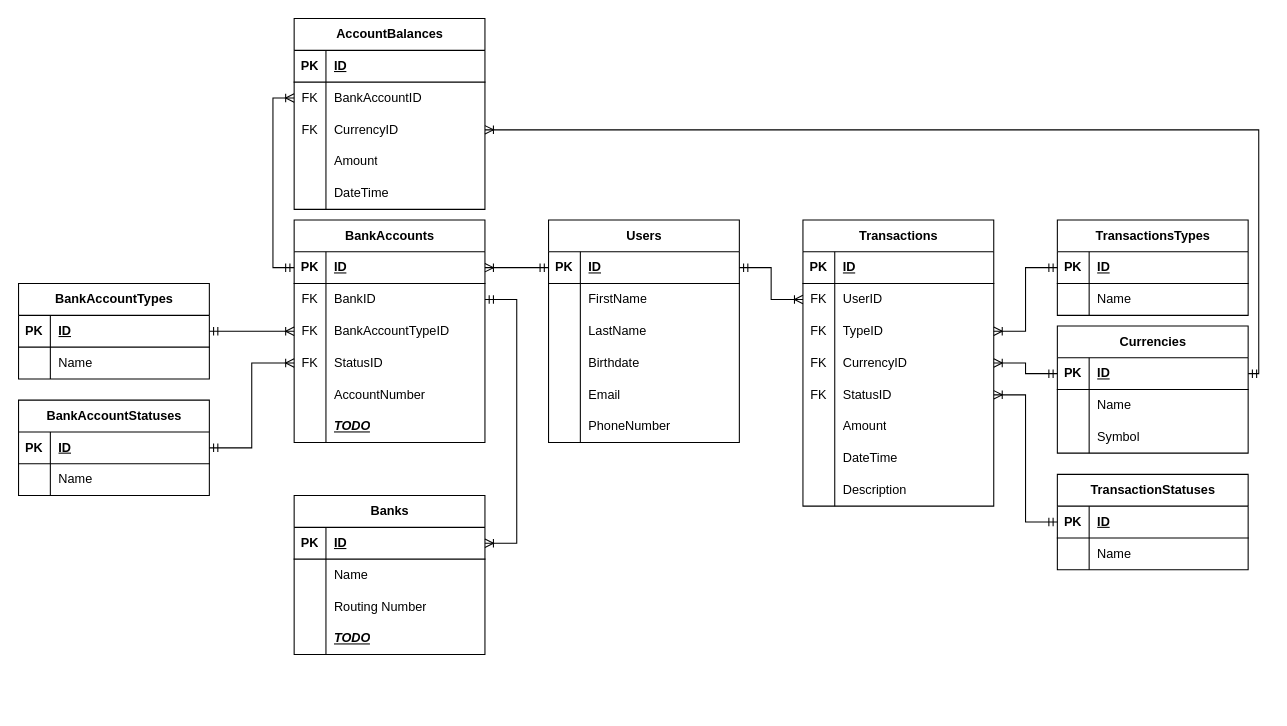
Before: DBDiagram.drawio in WomB0ComB0/hack-princeton-24, a draw.io diagram. Source tidied: cells renumbered, new cells numbered last; positions are measured from the earlier drawing's top-left corner, leaving out a move shared by most shapes. Both pictures are drawn from the tidied source at 106%, with x=0, y=0 at pixel (18, 18).
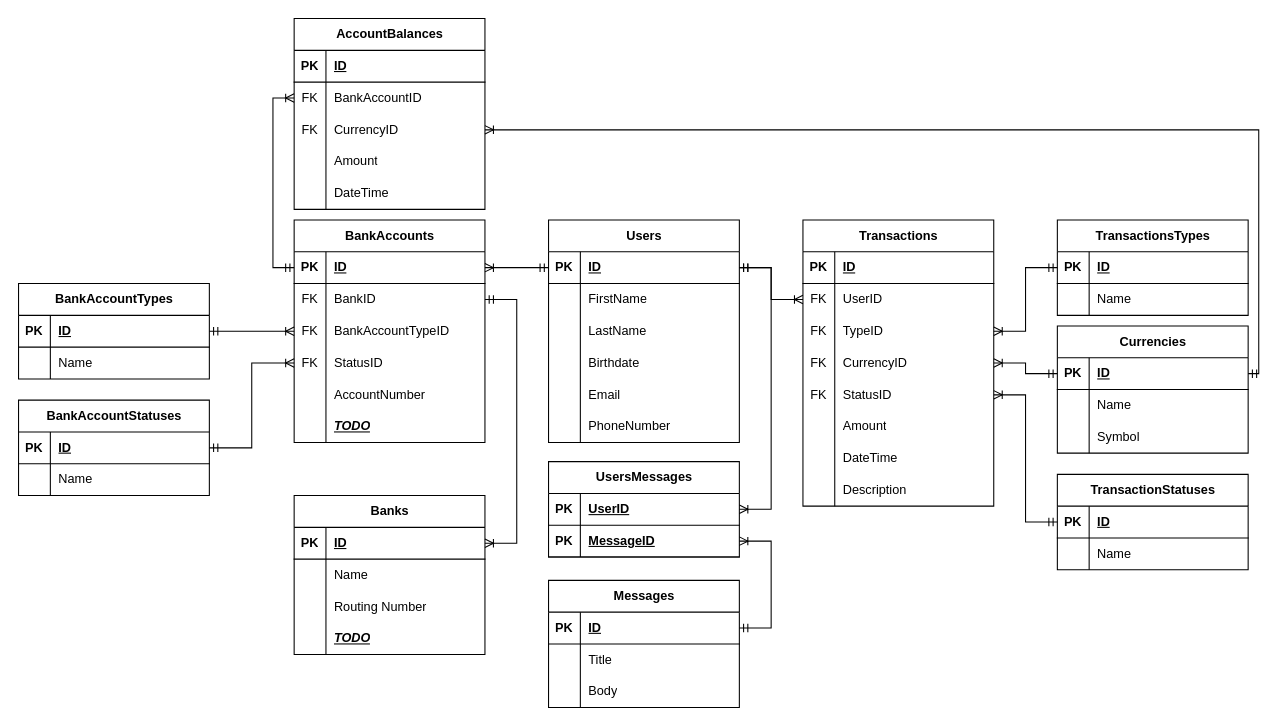
The same diagram, later.

Commit message:
Added Messages Table to DB Diagram

The change refers to these unchanged cells:
```xml
<mxCell id="28" style="shape=tableRow;horizontal=0;startSize=0;swimlaneHead=0;swimlaneBody=0;fillColor=none;points=[[0,0.5],[1,0.5]];portConstraint=eastwest;top=0;left=0;right=0;bottom=1;" parent="27" vertex="1">
  <mxGeometry y="30" width="180" height="30" as="geometry" />
</mxCell>
```

Change to the diagram source:
```diff
@@
+    <mxCell id="142" value="Messages" style="shape=table;startSize=30;childLayout=tableLayout;rowLines=0;fontStyle=1;align=center;html=1;" parent="1" vertex="1">
+      <mxGeometry x="500" y="530" width="180" height="120" as="geometry" />
+    </mxCell>
+    <mxCell id="143" style="shape=tableRow;horizontal=0;startSize=0;swimlaneHead=0;swimlaneBody=0;fillColor=none;points=[[0,0.5],[1,0.5]];portConstraint=eastwest;top=0;left=0;right=0;bottom=1;" parent="142" vertex="1">
+      <mxGeometry y="30" width="180" height="30" as="geometry" />
+    </mxCell>
+    <mxCell id="144" value="PK" style="shape=partialRectangle;fillColor=none;top=0;left=0;bottom=0;right=0;fontStyle=1;overflow=hidden;whiteSpace=wrap;html=1;" parent="143" vertex="1">
+      <mxGeometry width="30" height="30" as="geometry" />
+    </mxCell>
+    <mxCell id="145" value="ID" style="shape=partialRectangle;fillColor=none;top=0;left=0;bottom=0;right=0;align=left;spacingLeft=6;fontStyle=5;overflow=hidden;whiteSpace=wrap;html=1;" parent="143" vertex="1">
+      <mxGeometry x="30" width="150" height="30" as="geometry" />
+    </mxCell>
+    <mxCell id="146" style="shape=tableRow;horizontal=0;startSize=0;swimlaneHead=0;swimlaneBody=0;fillColor=none;top=0;left=0;right=0;bottom=0;" parent="142" vertex="1">
+      <mxGeometry y="60" width="180" height="30" as="geometry" />
+    </mxCell>
+    <mxCell id="147" style="shape=partialRectangle;fillColor=none;top=0;left=0;bottom=0;right=0;overflow=hidden;whiteSpace=wrap;html=1;" parent="146" vertex="1">
+      <mxGeometry width="30" height="30" as="geometry" />
+    </mxCell>
+    <mxCell id="148" value="Title" style="shape=partialRectangle;fillColor=none;top=0;left=0;bottom=0;right=0;align=left;spacingLeft=6;overflow=hidden;whiteSpace=wrap;html=1;" parent="146" vertex="1">
+      <mxGeometry x="30" width="150" height="30" as="geometry" />
+    </mxCell>
+    <mxCell id="149" style="shape=tableRow;horizontal=0;startSize=0;swimlaneHead=0;swimlaneBody=0;fillColor=none;top=0;left=0;right=0;bottom=0;" parent="142" vertex="1">
+      <mxGeometry y="90" width="180" height="30" as="geometry" />
+    </mxCell>
+    <mxCell id="150" style="shape=partialRectangle;fillColor=none;top=0;left=0;bottom=0;right=0;overflow=hidden;whiteSpace=wrap;html=1;" parent="149" vertex="1">
+      <mxGeometry width="30" height="30" as="geometry" />
+    </mxCell>
+    <mxCell id="151" value="Body" style="shape=partialRectangle;fillColor=none;top=0;left=0;bottom=0;right=0;align=left;spacingLeft=6;overflow=hidden;whiteSpace=wrap;html=1;" parent="149" vertex="1">
+      <mxGeometry x="30" width="150" height="30" as="geometry" />
+    </mxCell>
+    <mxCell id="152" value="UsersMessages" style="shape=table;startSize=30;childLayout=tableLayout;rowLines=0;fontStyle=1;align=center;html=1;" parent="1" vertex="1">
+      <mxGeometry x="500" y="418" width="180" height="90" as="geometry" />
+    </mxCell>
+    <mxCell id="153" style="shape=tableRow;horizontal=0;startSize=0;swimlaneHead=0;swimlaneBody=0;fillColor=none;points=[[0,0.5],[1,0.5]];portConstraint=eastwest;top=0;left=0;right=0;bottom=1;" parent="152" vertex="1">
+      <mxGeometry y="30" width="180" height="30" as="geometry" />
+    </mxCell>
+    <mxCell id="154" value="PK" style="shape=partialRectangle;fillColor=none;top=0;left=0;bottom=0;right=0;fontStyle=1;overflow=hidden;whiteSpace=wrap;html=1;" parent="153" vertex="1">
+      <mxGeometry width="30" height="30" as="geometry" />
+    </mxCell>
+    <mxCell id="155" value="UserID" style="shape=partialRectangle;fillColor=none;top=0;left=0;bottom=0;right=0;align=left;spacingLeft=6;fontStyle=5;overflow=hidden;whiteSpace=wrap;html=1;" parent="153" vertex="1">
+      <mxGeometry x="30" width="150" height="30" as="geometry" />
+    </mxCell>
+    <mxCell id="156" style="shape=tableRow;horizontal=0;startSize=0;swimlaneHead=0;swimlaneBody=0;fillColor=none;points=[[0,0.5],[1,0.5]];portConstraint=eastwest;top=0;left=0;right=0;bottom=1;" parent="152" vertex="1">
+      <mxGeometry y="60" width="180" height="30" as="geometry" />
+    </mxCell>
+    <mxCell id="157" value="PK" style="shape=partialRectangle;fillColor=none;top=0;left=0;bottom=0;right=0;fontStyle=1;overflow=hidden;whiteSpace=wrap;html=1;" parent="156" vertex="1">
+      <mxGeometry width="30" height="30" as="geometry" />
+    </mxCell>
+    <mxCell id="158" value="MessageID" style="shape=partialRectangle;fillColor=none;top=0;left=0;bottom=0;right=0;align=left;spacingLeft=6;fontStyle=5;overflow=hidden;whiteSpace=wrap;html=1;" parent="156" vertex="1">
+      <mxGeometry x="30" width="150" height="30" as="geometry" />
+    </mxCell>
+    <mxCell id="159" style="edgeStyle=entityRelationEdgeStyle;fontSize=12;html=1;endArrow=ERoneToMany;startArrow=ERmandOne;rounded=0;exitX=1;exitY=0.5;exitDx=0;exitDy=0;entryX=1;entryY=0.5;entryDx=0;entryDy=0;" parent="1" edge="1" source="28" target="153">
+      <mxGeometry relative="1" as="geometry" />
+    </mxCell>
+    <mxCell id="160" style="edgeStyle=entityRelationEdgeStyle;fontSize=12;html=1;endArrow=ERoneToMany;startArrow=ERmandOne;rounded=0;exitX=1;exitY=0.5;exitDx=0;exitDy=0;entryX=1;entryY=0.5;entryDx=0;entryDy=0;" parent="1" edge="1" source="143" target="156">
+      <mxGeometry relative="1" as="geometry" />
+    </mxCell>
```
